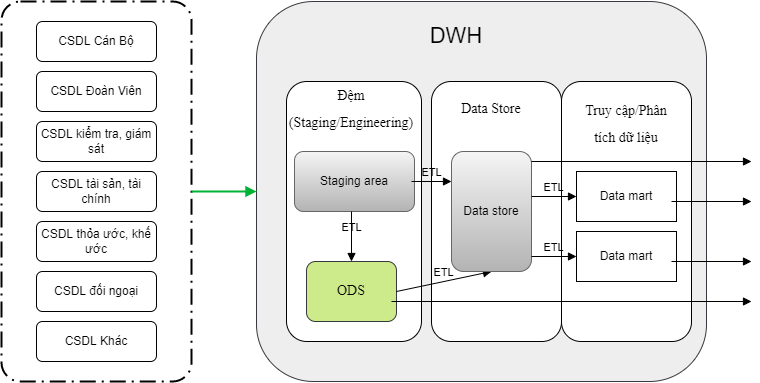
Above: Untitled Diagram-Page-2.drawio.png in letheanh12345/Draw-io (draw.io), before the change. Source tidied: cells renumbered, new cells last; positions are measured from the earlier drawing's top-left corner, leaving out a move shared by most shapes. Source of this version:
```xml
<mxGraphModel>
  <root>
    <mxCell id="0" />
    <mxCell id="1" parent="0" />
    <mxCell id="2" value="CSDL Cán Bộ" style="rounded=1;whiteSpace=wrap;html=1;" parent="1" vertex="1">
      <mxGeometry x="35" y="20" width="120" height="40" as="geometry" />
    </mxCell>
    <mxCell id="3" value="CSDL Đoàn Viên" style="rounded=1;whiteSpace=wrap;html=1;" parent="1" vertex="1">
      <mxGeometry x="35" y="70" width="120" height="40" as="geometry" />
    </mxCell>
    <mxCell id="4" value="CSDL kiểm tra, giám sát" style="rounded=1;whiteSpace=wrap;html=1;" parent="1" vertex="1">
      <mxGeometry x="35" y="120" width="120" height="40" as="geometry" />
    </mxCell>
    <mxCell id="5" value="CSDL tài sản, tài chính" style="rounded=1;whiteSpace=wrap;html=1;" parent="1" vertex="1">
      <mxGeometry x="35" y="170" width="120" height="40" as="geometry" />
    </mxCell>
    <mxCell id="6" value="CSDL thỏa ước, khế ước" style="rounded=1;whiteSpace=wrap;html=1;" parent="1" vertex="1">
      <mxGeometry x="35" y="220" width="120" height="40" as="geometry" />
    </mxCell>
    <mxCell id="7" value="CSDL đối ngoại" style="rounded=1;whiteSpace=wrap;html=1;" parent="1" vertex="1">
      <mxGeometry x="35" y="270" width="120" height="40" as="geometry" />
    </mxCell>
    <mxCell id="8" value="CSDL Khác" style="rounded=1;whiteSpace=wrap;html=1;" parent="1" vertex="1">
      <mxGeometry x="35" y="320" width="120" height="40" as="geometry" />
    </mxCell>
    <mxCell id="9" style="points=[[0.25,0,0],[0.5,0,0],[0.75,0,0],[1,0.25,0],[1,0.5,0],[1,0.75,0],[0.75,1,0],[0.5,1,0],[0.25,1,0],[0,0.75,0],[0,0.5,0],[0,0.25,0]];rounded=1;arcSize=10;dashed=1;strokeColor=#000000;fillColor=none;gradientColor=none;dashPattern=8 3 1 3;strokeWidth=2;" parent="1" vertex="1">
      <mxGeometry width="190" height="380" as="geometry" />
    </mxCell>
    <mxCell id="10" style="edgeStyle=none;rounded=0;html=1;jettySize=auto;strokeColor=#00B336;strokeWidth=2;fontColor=#000000;jumpStyle=none;endArrow=block;endFill=1;startArrow=none;" parent="1" edge="1" source="9">
      <mxGeometry relative="1" as="geometry">
        <mxPoint x="255" y="190" as="targetPoint" />
      </mxGeometry>
    </mxCell>
    <mxCell id="11" style="rounded=1;whiteSpace=wrap;html=1;fillColor=#eeeeee;strokeColor=#36393d;" parent="1" vertex="1">
      <mxGeometry x="255" width="450" height="380" as="geometry" />
    </mxCell>
    <mxCell id="12" value="&lt;font style=&quot;font-size: 22px&quot;&gt;DWH&lt;/font&gt;" style="text;html=1;strokeColor=none;fillColor=none;align=center;verticalAlign=middle;whiteSpace=wrap;rounded=0;" parent="1" vertex="1">
      <mxGeometry x="275" y="20" width="360" height="30" as="geometry" />
    </mxCell>
    <mxCell id="13" style="rounded=1;whiteSpace=wrap;html=1;fontSize=22;" parent="1" vertex="1">
      <mxGeometry x="285" y="80" width="135" height="260" as="geometry" />
    </mxCell>
    <mxCell id="14" value="&lt;font face=&quot;Times New Roman&quot; style=&quot;font-size: 14px&quot;&gt;Đệm (Staging/Engineering)&lt;/font&gt;" style="text;html=1;strokeColor=none;fillColor=none;align=center;verticalAlign=middle;whiteSpace=wrap;rounded=0;fontSize=22;" parent="1" vertex="1">
      <mxGeometry x="285" y="90" width="130" height="30" as="geometry" />
    </mxCell>
    <mxCell id="15" value="ODS" style="rounded=1;whiteSpace=wrap;html=1;fontFamily=Times New Roman;fontSize=14;fillColor=#cdeb8b;strokeColor=#36393d;" parent="1" vertex="1">
      <mxGeometry x="305" y="260" width="90" height="60" as="geometry" />
    </mxCell>
    <mxCell id="16" style="rounded=1;whiteSpace=wrap;html=1;fontSize=22;" parent="1" vertex="1">
      <mxGeometry x="430" y="80" width="130" height="260" as="geometry" />
    </mxCell>
    <mxCell id="17" value="&lt;font face=&quot;Times New Roman&quot;&gt;&lt;span style=&quot;font-size: 14px&quot;&gt;Data Store&lt;/span&gt;&lt;/font&gt;" style="text;html=1;strokeColor=none;fillColor=none;align=center;verticalAlign=middle;whiteSpace=wrap;rounded=0;fontSize=22;" parent="1" vertex="1">
      <mxGeometry x="440" y="90" width="100" height="30" as="geometry" />
    </mxCell>
    <mxCell id="18" style="rounded=1;whiteSpace=wrap;html=1;fontSize=22;" parent="1" vertex="1">
      <mxGeometry x="560" y="80" width="130" height="260" as="geometry" />
    </mxCell>
    <mxCell id="19" value="&lt;font face=&quot;Times New Roman&quot;&gt;&lt;span style=&quot;font-size: 14px&quot;&gt;Truy cập/Phân tích dữ liệu&lt;/span&gt;&lt;/font&gt;" style="text;html=1;strokeColor=none;fillColor=none;align=center;verticalAlign=middle;whiteSpace=wrap;rounded=0;fontSize=22;" parent="1" vertex="1">
      <mxGeometry x="575" y="90" width="100" height="60" as="geometry" />
    </mxCell>
    <mxCell id="20" value="Staging area" style="rounded=1;whiteSpace=wrap;html=1;fillColor=#f5f5f5;gradientColor=#b3b3b3;strokeColor=#666666;" parent="1" vertex="1">
      <mxGeometry x="293" y="150" width="120" height="60" as="geometry" />
    </mxCell>
    <mxCell id="21" value="ETL" style="html=1;verticalAlign=bottom;labelBackgroundColor=none;endArrow=block;endFill=1;rounded=0;" parent="1" edge="1" target="15">
      <mxGeometry relative="1" as="geometry">
        <mxPoint x="350" y="210" as="sourcePoint" />
      </mxGeometry>
    </mxCell>
    <mxCell id="22" value="ETL" style="html=1;verticalAlign=bottom;labelBackgroundColor=none;endArrow=block;endFill=1;rounded=0;exitX=1;exitY=0.5;exitDx=0;exitDy=0;entryX=0.5;entryY=1;entryDx=0;entryDy=0;" parent="1" edge="1" source="15" target="23">
      <mxGeometry relative="1" as="geometry" />
    </mxCell>
    <mxCell id="23" value="Data store" style="rounded=1;whiteSpace=wrap;html=1;fillColor=#f5f5f5;gradientColor=#b3b3b3;strokeColor=#666666;" parent="1" vertex="1">
      <mxGeometry x="450" y="150" width="80" height="120" as="geometry" />
    </mxCell>
    <mxCell id="24" value="ETL" style="html=1;verticalAlign=bottom;labelBackgroundColor=none;endArrow=block;endFill=1;rounded=0;" parent="1" edge="1">
      <mxGeometry relative="1" as="geometry">
        <mxPoint x="410" y="180" as="sourcePoint" />
        <mxPoint x="450" y="180" as="targetPoint" />
      </mxGeometry>
    </mxCell>
    <mxCell id="25" value="Data mart" style="rounded=0;whiteSpace=wrap;html=1;" parent="1" vertex="1">
      <mxGeometry x="575" y="170" width="100" height="50" as="geometry" />
    </mxCell>
    <mxCell id="26" value="Data mart" style="rounded=0;whiteSpace=wrap;html=1;" parent="1" vertex="1">
      <mxGeometry x="575" y="230" width="100" height="50" as="geometry" />
    </mxCell>
    <mxCell id="27" value="ETL" style="html=1;verticalAlign=bottom;labelBackgroundColor=none;endArrow=block;endFill=1;rounded=0;entryX=0;entryY=0.5;entryDx=0;entryDy=0;" parent="1" edge="1" target="25">
      <mxGeometry relative="1" as="geometry">
        <mxPoint x="530" y="195" as="sourcePoint" />
      </mxGeometry>
    </mxCell>
    <mxCell id="28" value="ETL" style="html=1;verticalAlign=bottom;labelBackgroundColor=none;endArrow=block;endFill=1;rounded=0;entryX=0;entryY=0.5;entryDx=0;entryDy=0;" parent="1" edge="1">
      <mxGeometry relative="1" as="geometry">
        <mxPoint x="530" y="255" as="sourcePoint" />
        <mxPoint x="575" y="255" as="targetPoint" />
      </mxGeometry>
    </mxCell>
    <mxCell id="29" style="html=1;verticalAlign=bottom;labelBackgroundColor=none;endArrow=block;endFill=1;rounded=0;" parent="1" edge="1">
      <mxGeometry relative="1" as="geometry">
        <mxPoint x="390" y="300" as="sourcePoint" />
        <mxPoint x="750" y="300" as="targetPoint" />
      </mxGeometry>
    </mxCell>
    <mxCell id="30" style="html=1;verticalAlign=bottom;labelBackgroundColor=none;endArrow=block;endFill=1;rounded=0;" parent="1" edge="1">
      <mxGeometry relative="1" as="geometry">
        <mxPoint x="670" y="200" as="sourcePoint" />
        <mxPoint x="750" y="200" as="targetPoint" />
      </mxGeometry>
    </mxCell>
    <mxCell id="31" style="html=1;verticalAlign=bottom;labelBackgroundColor=none;endArrow=block;endFill=1;rounded=0;" parent="1" edge="1">
      <mxGeometry relative="1" as="geometry">
        <mxPoint x="670" y="260" as="sourcePoint" />
        <mxPoint x="750" y="260" as="targetPoint" />
      </mxGeometry>
    </mxCell>
    <mxCell id="32" style="html=1;verticalAlign=bottom;labelBackgroundColor=none;endArrow=block;endFill=1;rounded=0;" parent="1" edge="1">
      <mxGeometry relative="1" as="geometry">
        <mxPoint x="530" y="160" as="sourcePoint" />
        <mxPoint x="750" y="160" as="targetPoint" />
      </mxGeometry>
    </mxCell>
  </root>
</mxGraphModel>
```
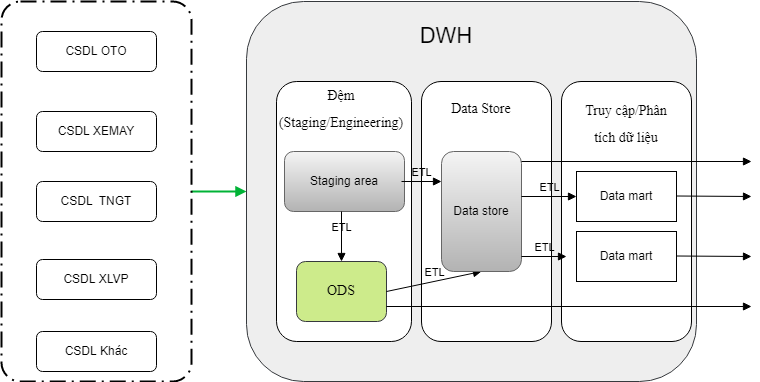
Above is the later version.

The edit, as a diff of the source:
```diff
@@ -2,32 +2,9 @@
   <root>
     <mxCell id="0" />
     <mxCell id="1" parent="0" />
-    <mxCell id="2" value="CSDL Cán Bộ" style="rounded=1;whiteSpace=wrap;html=1;" parent="1" vertex="1">
-      <mxGeometry x="35" y="20" width="120" height="40" as="geometry" />
-    </mxCell>
-    <mxCell id="3" value="CSDL Đoàn Viên" style="rounded=1;whiteSpace=wrap;html=1;" parent="1" vertex="1">
-      <mxGeometry x="35" y="70" width="120" height="40" as="geometry" />
-    </mxCell>
-    <mxCell id="4" value="CSDL kiểm tra, giám sát" style="rounded=1;whiteSpace=wrap;html=1;" parent="1" vertex="1">
-      <mxGeometry x="35" y="120" width="120" height="40" as="geometry" />
-    </mxCell>
-    <mxCell id="5" value="CSDL tài sản, tài chính" style="rounded=1;whiteSpace=wrap;html=1;" parent="1" vertex="1">
-      <mxGeometry x="35" y="170" width="120" height="40" as="geometry" />
-    </mxCell>
-    <mxCell id="6" value="CSDL thỏa ước, khế ước" style="rounded=1;whiteSpace=wrap;html=1;" parent="1" vertex="1">
-      <mxGeometry x="35" y="220" width="120" height="40" as="geometry" />
-    </mxCell>
-    <mxCell id="7" value="CSDL đối ngoại" style="rounded=1;whiteSpace=wrap;html=1;" parent="1" vertex="1">
-      <mxGeometry x="35" y="270" width="120" height="40" as="geometry" />
-    </mxCell>
-    <mxCell id="8" value="CSDL Khác" style="rounded=1;whiteSpace=wrap;html=1;" parent="1" vertex="1">
-      <mxGeometry x="35" y="320" width="120" height="40" as="geometry" />
-    </mxCell>
-    <mxCell id="9" style="points=[[0.25,0,0],[0.5,0,0],[0.75,0,0],[1,0.25,0],[1,0.5,0],[1,0.75,0],[0.75,1,0],[0.5,1,0],[0.25,1,0],[0,0.75,0],[0,0.5,0],[0,0.25,0]];rounded=1;arcSize=10;dashed=1;strokeColor=#000000;fillColor=none;gradientColor=none;dashPattern=8 3 1 3;strokeWidth=2;" parent="1" vertex="1">
-      <mxGeometry width="190" height="380" as="geometry" />
-    </mxCell>
-    <mxCell id="10" style="edgeStyle=none;rounded=0;html=1;jettySize=auto;strokeColor=#00B336;strokeWidth=2;fontColor=#000000;jumpStyle=none;endArrow=block;endFill=1;startArrow=none;" parent="1" edge="1" source="9">
+    <mxCell id="10" style="edgeStyle=none;rounded=0;html=1;jettySize=auto;orthogonalLoop=1;strokeColor=#00B336;strokeWidth=2;fontColor=#000000;jumpStyle=none;endArrow=block;endFill=1;startArrow=none;" parent="1" edge="1">
       <mxGeometry relative="1" as="geometry">
+        <mxPoint x="200" y="190" as="sourcePoint" />
         <mxPoint x="255" y="190" as="targetPoint" />
       </mxGeometry>
     </mxCell>
@@ -53,10 +30,10 @@
       <mxGeometry x="440" y="90" width="100" height="30" as="geometry" />
     </mxCell>
     <mxCell id="18" style="rounded=1;whiteSpace=wrap;html=1;fontSize=22;" parent="1" vertex="1">
-      <mxGeometry x="560" y="80" width="130" height="260" as="geometry" />
+      <mxGeometry x="570" y="80" width="130" height="260" as="geometry" />
     </mxCell>
     <mxCell id="19" value="&lt;font face=&quot;Times New Roman&quot;&gt;&lt;span style=&quot;font-size: 14px&quot;&gt;Truy cập/Phân tích dữ liệu&lt;/span&gt;&lt;/font&gt;" style="text;html=1;strokeColor=none;fillColor=none;align=center;verticalAlign=middle;whiteSpace=wrap;rounded=0;fontSize=22;" parent="1" vertex="1">
-      <mxGeometry x="575" y="90" width="100" height="60" as="geometry" />
+      <mxGeometry x="585" y="90" width="100" height="60" as="geometry" />
     </mxCell>
     <mxCell id="20" value="Staging area" style="rounded=1;whiteSpace=wrap;html=1;fillColor=#f5f5f5;gradientColor=#b3b3b3;strokeColor=#666666;" parent="1" vertex="1">
       <mxGeometry x="293" y="150" width="120" height="60" as="geometry" />
@@ -79,10 +56,10 @@
       </mxGeometry>
     </mxCell>
     <mxCell id="25" value="Data mart" style="rounded=0;whiteSpace=wrap;html=1;" parent="1" vertex="1">
-      <mxGeometry x="575" y="170" width="100" height="50" as="geometry" />
+      <mxGeometry x="585" y="170" width="100" height="50" as="geometry" />
     </mxCell>
     <mxCell id="26" value="Data mart" style="rounded=0;whiteSpace=wrap;html=1;" parent="1" vertex="1">
-      <mxGeometry x="575" y="230" width="100" height="50" as="geometry" />
+      <mxGeometry x="585" y="230" width="100" height="50" as="geometry" />
     </mxCell>
     <mxCell id="27" value="ETL" style="html=1;verticalAlign=bottom;labelBackgroundColor=none;endArrow=block;endFill=1;rounded=0;entryX=0;entryY=0.5;entryDx=0;entryDy=0;" parent="1" edge="1" target="25">
       <mxGeometry relative="1" as="geometry">
@@ -95,29 +72,46 @@
         <mxPoint x="575" y="255" as="targetPoint" />
       </mxGeometry>
     </mxCell>
-    <mxCell id="29" style="html=1;verticalAlign=bottom;labelBackgroundColor=none;endArrow=block;endFill=1;rounded=0;" parent="1" edge="1">
+    <mxCell id="29" style="html=1;verticalAlign=bottom;labelBackgroundColor=none;endArrow=block;endFill=1;rounded=0;exitX=1;exitY=0.75;exitDx=0;exitDy=0;" parent="1" edge="1" source="15">
       <mxGeometry relative="1" as="geometry">
-        <mxPoint x="390" y="300" as="sourcePoint" />
-        <mxPoint x="750" y="300" as="targetPoint" />
+        <mxPoint x="760" y="305" as="targetPoint" />
       </mxGeometry>
     </mxCell>
     <mxCell id="30" style="html=1;verticalAlign=bottom;labelBackgroundColor=none;endArrow=block;endFill=1;rounded=0;" parent="1" edge="1">
       <mxGeometry relative="1" as="geometry">
-        <mxPoint x="670" y="200" as="sourcePoint" />
-        <mxPoint x="750" y="200" as="targetPoint" />
+        <mxPoint x="685" y="194.5" as="sourcePoint" />
+        <mxPoint x="760" y="195" as="targetPoint" />
       </mxGeometry>
     </mxCell>
     <mxCell id="31" style="html=1;verticalAlign=bottom;labelBackgroundColor=none;endArrow=block;endFill=1;rounded=0;" parent="1" edge="1">
       <mxGeometry relative="1" as="geometry">
-        <mxPoint x="670" y="260" as="sourcePoint" />
-        <mxPoint x="750" y="260" as="targetPoint" />
+        <mxPoint x="685" y="254.5" as="sourcePoint" />
+        <mxPoint x="760" y="255" as="targetPoint" />
       </mxGeometry>
     </mxCell>
     <mxCell id="32" style="html=1;verticalAlign=bottom;labelBackgroundColor=none;endArrow=block;endFill=1;rounded=0;" parent="1" edge="1">
       <mxGeometry relative="1" as="geometry">
         <mxPoint x="530" y="160" as="sourcePoint" />
-        <mxPoint x="750" y="160" as="targetPoint" />
+        <mxPoint x="760" y="160" as="targetPoint" />
       </mxGeometry>
     </mxCell>
+    <mxCell id="33" value="CSDL OTO" style="rounded=1;whiteSpace=wrap;html=1;" parent="1" vertex="1">
+      <mxGeometry x="45" y="30" width="120" height="40" as="geometry" />
+    </mxCell>
+    <mxCell id="34" value="CSDL XEMAY" style="rounded=1;whiteSpace=wrap;html=1;" parent="1" vertex="1">
+      <mxGeometry x="45" y="110" width="120" height="40" as="geometry" />
+    </mxCell>
+    <mxCell id="35" value="CSDL&amp;nbsp; TNGT" style="rounded=1;whiteSpace=wrap;html=1;" parent="1" vertex="1">
+      <mxGeometry x="45" y="180" width="120" height="40" as="geometry" />
+    </mxCell>
+    <mxCell id="36" value="CSDL XLVP" style="rounded=1;whiteSpace=wrap;html=1;" parent="1" vertex="1">
+      <mxGeometry x="45" y="258" width="120" height="40" as="geometry" />
+    </mxCell>
+    <mxCell id="8" value="CSDL Khác" style="rounded=1;whiteSpace=wrap;html=1;" parent="1" vertex="1">
+      <mxGeometry x="45" y="330" width="120" height="40" as="geometry" />
+    </mxCell>
+    <mxCell id="37" style="rounded=1;arcSize=10;dashed=1;strokeColor=#000000;fillColor=none;gradientColor=none;dashPattern=8 3 1 3;strokeWidth=2;" parent="1" vertex="1">
+      <mxGeometry x="10" width="190" height="380" as="geometry" />
+    </mxCell>
   </root>
 </mxGraphModel>
```
